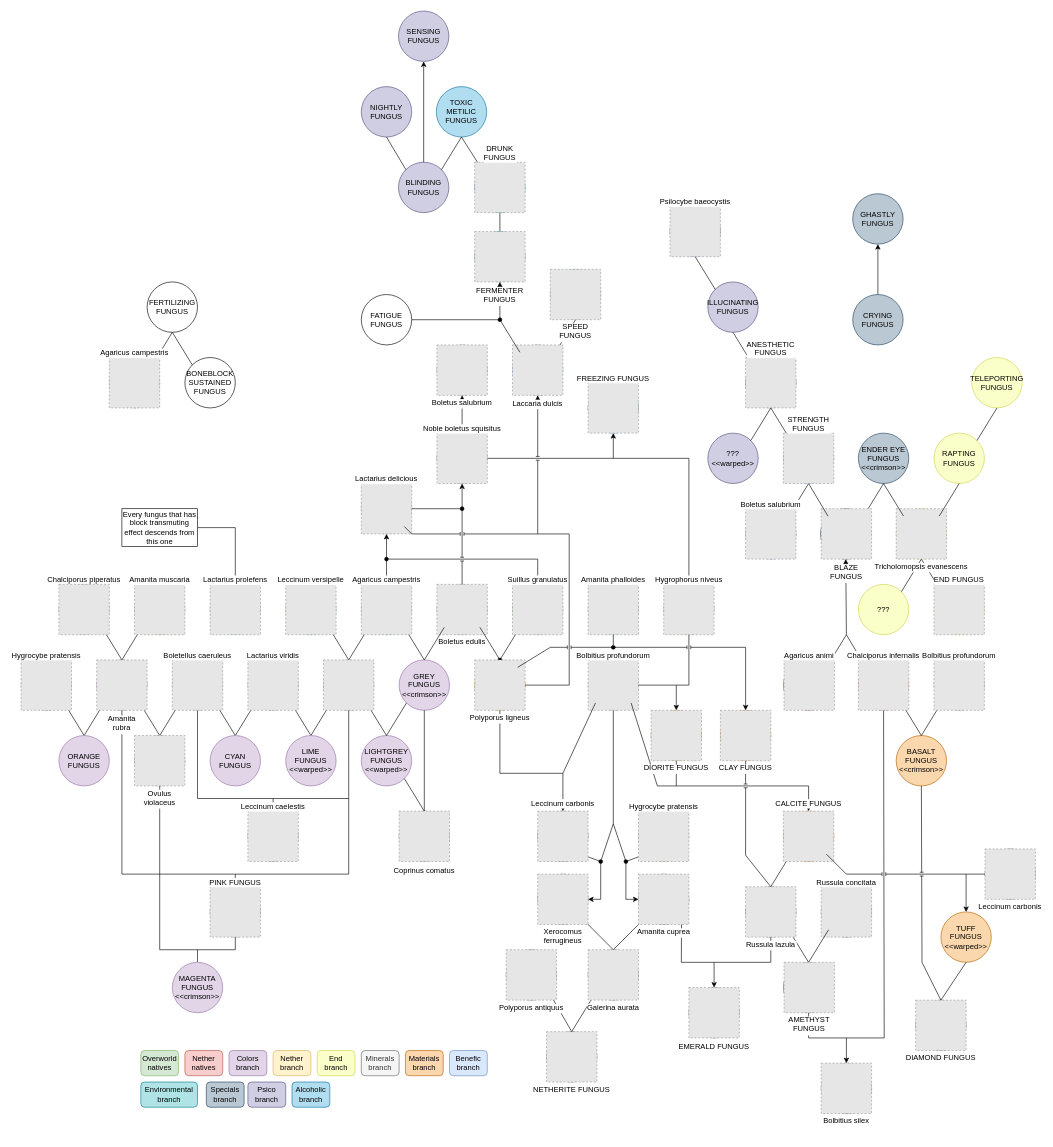
The draw.io diagram src/main/resources/data/mycologymod/mutations/mutations-diagram.drawio in SimoMett/MycologyMC, before the edit. Source tidied: cells renumbered, new cells numbered last; positions are measured from the earlier drawing's top-left corner, leaving out a move shared by most shapes. Both pictures are drawn from the tidied source at 63%, with x=0, y=0 at pixel (21, 11). Pictures stored in the file or linked from it are replaced by grey dashed boxes.
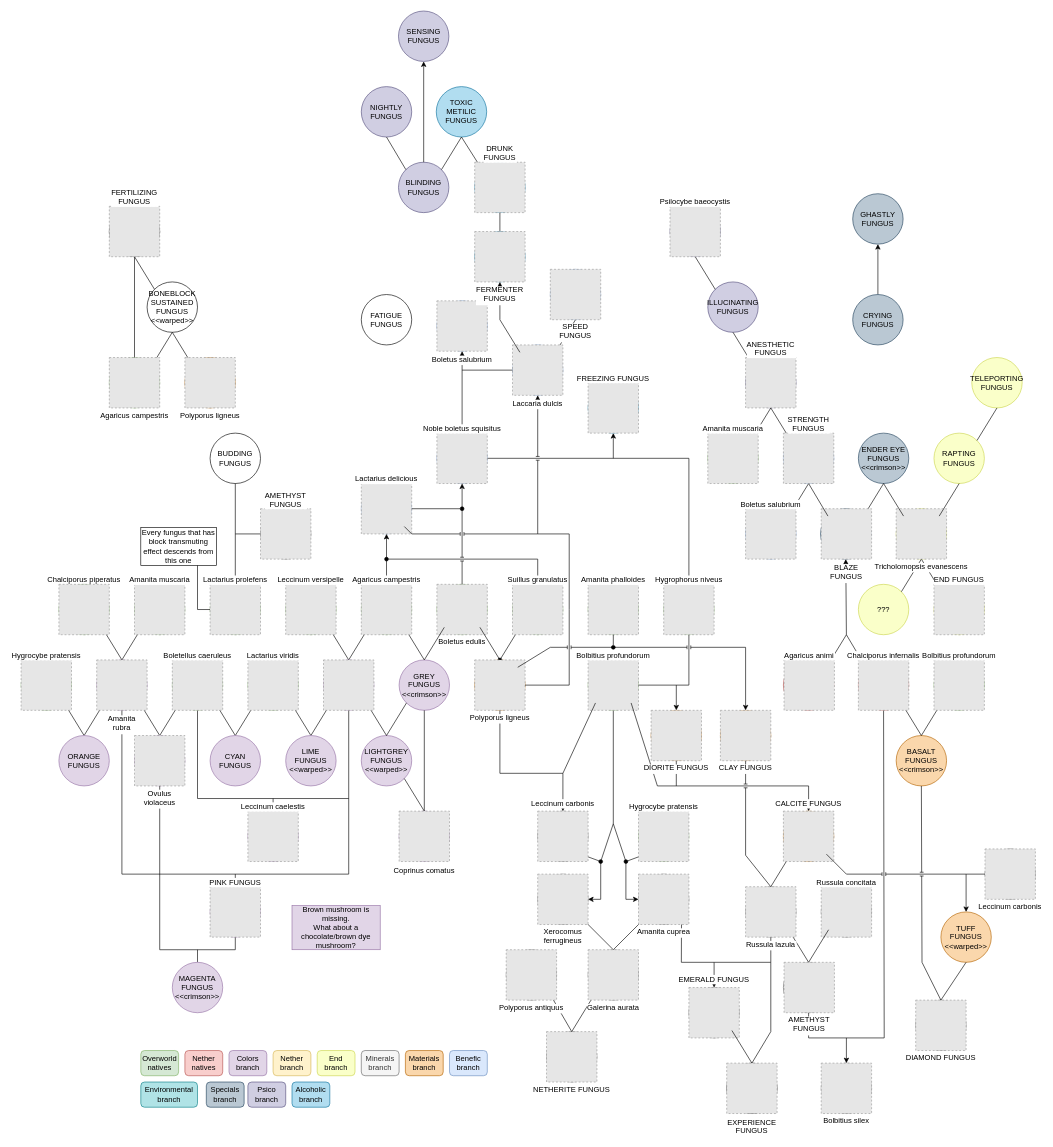
After the change.

Commit message (it also covers changes not shown here):
More species and mutations

The change refers to these unchanged cells:
```xml
<mxCell id="48" style="ellipse;whiteSpace=wrap;html=1;fillColor=#d5e8d4;strokeColor=#82b366;" parent="1" vertex="1">
  <mxGeometry x="300" y="910" width="80" height="80" as="geometry" />
</mxCell>
<mxCell id="130" style="ellipse;whiteSpace=wrap;html=1;fillColor=#f5f5f5;fontColor=#333333;strokeColor=#666666;" parent="1" vertex="1">
  <mxGeometry x="1060" y="1550" width="80" height="80" as="geometry" />
</mxCell>
<mxCell id="146" style="ellipse;whiteSpace=wrap;html=1;fillColor=#dae8fc;strokeColor=#6c8ebf;" parent="1" vertex="1">
  <mxGeometry x="780" y="530" width="80" height="80" as="geometry" />
</mxCell>
<mxCell id="206" style="ellipse;whiteSpace=wrap;html=1;fillColor=#d0cee2;strokeColor=#56517e;" parent="1" vertex="1">
  <mxGeometry x="1150" y="550" width="80" height="80" as="geometry" />
</mxCell>
<mxCell id="241" value="FATIGUE&lt;div&gt;FUNGUS&lt;/div&gt;" style="ellipse;whiteSpace=wrap;html=1;" parent="1" vertex="1">
  <mxGeometry x="540" y="450" width="80" height="80" as="geometry" />
</mxCell>
```

What changed in the source:
```diff
@@
-    <mxCell id="90" style="edgeStyle=orthogonalEdgeStyle;rounded=0;jettySize=auto;html=1;" parent="1" edge="1" source="91" target="48">
-      <mxGeometry relative="1" as="geometry" />
-    </mxCell>
     <mxCell id="91" value="Every fungus that has block transmuting effect descends from this one" style="whiteSpace=wrap;html=1;" parent="1" vertex="1">
-      <mxGeometry x="160" y="790" width="120" height="60" as="geometry" />
+      <mxGeometry x="190" y="820" width="120" height="60" as="geometry" />
     </mxCell>
@@
-    <mxCell id="105" value="Lactarius prolefens" style="fillColor=#E6E6E6;strokeColor=#999999;dashed=1;verticalLabelPosition=top;labelBackgroundColor=default;verticalAlign=bottom;spacing=0;labelPosition=center;align=center;" parent="1" vertex="1">
-      <mxGeometry x="300" y="910" width="80" height="80" as="geometry" />
-    </mxCell>
@@
-    <mxCell id="135" value="EMERALD FUNGUS" style="fillColor=#E6E6E6;strokeColor=#999999;dashed=1;verticalLabelPosition=bottom;labelBackgroundColor=default;verticalAlign=top;" parent="1" vertex="1">
+    <mxCell id="135" value="EMERALD FUNGUS" style="fillColor=#E6E6E6;strokeColor=#999999;dashed=1;verticalLabelPosition=top;labelBackgroundColor=default;verticalAlign=bottom;labelPosition=center;align=center;spacing=6;" parent="1" vertex="1">
       <mxGeometry x="1060" y="1550" width="80" height="80" as="geometry" />
     </mxCell>
@@
     <mxCell id="149" style="ellipse;whiteSpace=wrap;html=1;fillColor=#dae8fc;strokeColor=#6c8ebf;" parent="1" vertex="1">
-      <mxGeometry x="660" y="530" width="80" height="80" as="geometry" />
+      <mxGeometry x="660" y="460" width="80" height="80" as="geometry" />
     </mxCell>
@@
-    <mxCell id="152" value="Boletus salubrium" style="fillColor=#E6E6E6;strokeColor=#999999;dashed=1;verticalLabelPosition=bottom;labelBackgroundColor=default;verticalAlign=top;labelPosition=center;align=center;spacing=0;" parent="1" vertex="1">
-      <mxGeometry x="660" y="530" width="80" height="80" as="geometry" />
+    <mxCell id="152" value="Boletus salubrium" style="fillColor=#E6E6E6;strokeColor=#999999;dashed=1;verticalLabelPosition=bottom;labelBackgroundColor=default;verticalAlign=top;labelPosition=center;align=center;spacing=1;" parent="1" vertex="1">
+      <mxGeometry x="660" y="460" width="80" height="80" as="geometry" />
     </mxCell>
@@
-    <mxCell id="239" value="FERMENTER&#10;FUNGUS" style="fillColor=#E6E6E6;strokeColor=#999999;dashed=1;verticalLabelPosition=bottom;labelBackgroundColor=default;verticalAlign=top;" parent="1" vertex="1">
+    <mxCell id="239" value="FERMENTER&#10;FUNGUS" style="fillColor=#E6E6E6;strokeColor=#999999;dashed=1;verticalLabelPosition=bottom;labelBackgroundColor=default;verticalAlign=top;labelPosition=center;align=center;spacing=1;" parent="1" vertex="1">
       <mxGeometry x="720" y="350" width="80" height="80" as="geometry" />
     </mxCell>
-    <mxCell id="240" style="endArrow=oval;html=1;rounded=0;endFill=1;exitX=1;exitY=0.5;exitDx=0;exitDy=0;" parent="1" edge="1" source="241">
-      <mxGeometry relative="1" as="geometry">
-        <mxPoint x="760" y="490" as="targetPoint" />
-      </mxGeometry>
-    </mxCell>
@@
-    <mxCell id="243" value="???&lt;div&gt;&amp;lt;&amp;lt;warped&amp;gt;&amp;gt;&lt;/div&gt;" style="ellipse;whiteSpace=wrap;html=1;fillColor=#d0cee2;strokeColor=#56517e;" parent="1" vertex="1">
-      <mxGeometry x="1090" y="670" width="80" height="80" as="geometry" />
-    </mxCell>
-    <mxCell id="244" style="endArrow=none;html=1;rounded=0;entryX=0.5;entryY=1;entryDx=0;entryDy=0;exitX=1;exitY=0;exitDx=0;exitDy=0;" parent="1" edge="1" source="243" target="206">
+    <mxCell id="244" style="endArrow=none;html=1;rounded=0;entryX=0.5;entryY=1;entryDx=0;entryDy=0;exitX=1;exitY=0;exitDx=0;exitDy=0;" parent="1" edge="1" source="257" target="206">
       <mxGeometry relative="1" as="geometry" />
     </mxCell>
@@
-    <mxCell id="246" value="BONEBLOCK&lt;div&gt;SUSTAINED&lt;/div&gt;&lt;div&gt;FUNGUS&lt;/div&gt;" style="ellipse;whiteSpace=wrap;html=1;" parent="1" vertex="1">
-      <mxGeometry x="260" y="550" width="80" height="80" as="geometry" />
-    </mxCell>
@@
-    <mxCell id="248" value="&lt;span style=&quot;background-color: initial;&quot;&gt;FERTILIZING&lt;/span&gt;&lt;div&gt;&lt;span style=&quot;background-color: initial;&quot;&gt;FUNGUS&lt;/span&gt;&lt;/div&gt;" style="ellipse;whiteSpace=wrap;html=1;" parent="1" vertex="1">
+    <mxCell id="248" value="BONEBLOCK&lt;div&gt;SUSTAINED&lt;/div&gt;&lt;div&gt;FUNGUS&lt;/div&gt;&lt;div&gt;&amp;lt;&amp;lt;warped&amp;gt;&amp;gt;&lt;/div&gt;" style="ellipse;whiteSpace=wrap;html=1;" parent="1" vertex="1">
       <mxGeometry x="200" y="430" width="80" height="80" as="geometry" />
     </mxCell>
-    <mxCell id="249" style="endArrow=none;html=1;rounded=0;entryX=0.5;entryY=1;entryDx=0;entryDy=0;exitX=0;exitY=0;exitDx=0;exitDy=0;" parent="1" edge="1" source="246" target="248">
+    <mxCell id="249" style="endArrow=none;html=1;rounded=0;entryX=0.5;entryY=1;entryDx=0;entryDy=0;exitX=0;exitY=0;exitDx=0;exitDy=0;" parent="1" edge="1" source="252" target="248">
       <mxGeometry relative="1" as="geometry" />
     </mxCell>
@@
-    <mxCell id="251" value="Agaricus campestris" style="fillColor=#E6E6E6;strokeColor=#999999;dashed=1;verticalLabelPosition=top;labelBackgroundColor=default;verticalAlign=bottom;labelPosition=center;align=center;spacing=0;" parent="1" vertex="1">
+    <mxCell id="251" value="Agaricus campestris" style="fillColor=#E6E6E6;strokeColor=#999999;dashed=1;verticalLabelPosition=bottom;labelBackgroundColor=default;verticalAlign=top;labelPosition=center;align=center;spacing=0;" parent="1" vertex="1">
       <mxGeometry x="140" y="550" width="80" height="80" as="geometry" />
     </mxCell>
+    <mxCell id="252" style="ellipse;whiteSpace=wrap;html=1;fillColor=#fad7ac;strokeColor=#b46504;" parent="1" vertex="1">
+      <mxGeometry x="260" y="550" width="80" height="80" as="geometry" />
+    </mxCell>
+    <mxCell id="253" value="Polyporus ligneus" style="fillColor=#E6E6E6;strokeColor=#999999;dashed=1;verticalLabelPosition=bottom;labelBackgroundColor=default;verticalAlign=top;spacing=0;" parent="1" vertex="1">
+      <mxGeometry x="260" y="550" width="80" height="80" as="geometry" />
+    </mxCell>
+    <mxCell id="254" style="ellipse;whiteSpace=wrap;html=1;" parent="1" vertex="1">
+      <mxGeometry x="140" y="310" width="80" height="80" as="geometry" />
+    </mxCell>
+    <mxCell id="255" style="endArrow=none;html=1;rounded=0;entryX=0.5;entryY=1;entryDx=0;entryDy=0;exitX=0;exitY=0;exitDx=0;exitDy=0;" parent="1" edge="1" source="248" target="254">
+      <mxGeometry relative="1" as="geometry" />
+    </mxCell>
+    <mxCell id="256" style="endArrow=none;html=1;rounded=0;entryX=0.5;entryY=1;entryDx=0;entryDy=0;exitX=0.5;exitY=0;exitDx=0;exitDy=0;" parent="1" edge="1" source="251" target="254">
+      <mxGeometry relative="1" as="geometry" />
+    </mxCell>
+    <mxCell id="257" style="ellipse;whiteSpace=wrap;html=1;fillColor=#d5e8d4;strokeColor=#82b366;" parent="1" vertex="1">
+      <mxGeometry x="1090" y="670" width="80" height="80" as="geometry" />
+    </mxCell>
+    <mxCell id="258" value="Amanita muscaria" style="fillColor=#E6E6E6;strokeColor=#999999;dashed=1;verticalLabelPosition=top;labelBackgroundColor=default;verticalAlign=bottom;labelPosition=center;align=center;spacing=0;" parent="1" vertex="1">
+      <mxGeometry x="1090" y="670" width="80" height="80" as="geometry" />
+    </mxCell>
+    <mxCell id="259" value="Brown mushroom is missing.&lt;div&gt;What about a chocolate/brown dye mushroom?&lt;/div&gt;" style="whiteSpace=wrap;html=1;fillColor=#e1d5e7;strokeColor=#9673a6;" parent="1" vertex="1">
+      <mxGeometry x="430" y="1420" width="140" height="70" as="geometry" />
+    </mxCell>
+    <mxCell id="260" value="FERTILIZING&#10;FUNGUS" style="fillColor=#E6E6E6;strokeColor=#999999;dashed=1;verticalLabelPosition=top;labelBackgroundColor=default;verticalAlign=bottom;labelPosition=center;align=center;spacing=0;" parent="1" vertex="1">
+      <mxGeometry x="140" y="310" width="80" height="80" as="geometry" />
+    </mxCell>
+    <mxCell id="261" style="ellipse;whiteSpace=wrap;html=1;" parent="1" vertex="1">
+      <mxGeometry x="1120" y="1670" width="80" height="80" as="geometry" />
+    </mxCell>
+    <mxCell id="262" style="endArrow=none;html=1;rounded=0;entryX=1;entryY=1;entryDx=0;entryDy=0;exitX=0.5;exitY=0;exitDx=0;exitDy=0;" parent="1" edge="1" source="261" target="130">
+      <mxGeometry relative="1" as="geometry" />
+    </mxCell>
+    <mxCell id="263" style="endArrow=none;html=1;rounded=0;exitX=0.5;exitY=0;exitDx=0;exitDy=0;" parent="1" edge="1" source="261">
+      <mxGeometry relative="1" as="geometry">
+        <mxPoint x="1190" y="1510" as="targetPoint" />
+        <Array as="points">
+          <mxPoint x="1190" y="1620" />
+        </Array>
+      </mxGeometry>
+    </mxCell>
+    <mxCell id="264" value="EXPERIENCE&#10;FUNGUS" style="fillColor=#E6E6E6;strokeColor=#999999;dashed=1;verticalLabelPosition=bottom;labelBackgroundColor=default;verticalAlign=top;" parent="1" vertex="1">
+      <mxGeometry x="1120" y="1670" width="80" height="80" as="geometry" />
+    </mxCell>
+    <mxCell id="265" style="ellipse;whiteSpace=wrap;html=1;fillColor=#f5f5f5;fontColor=#333333;strokeColor=#666666;" parent="1" vertex="1">
+      <mxGeometry x="380" y="790" width="80" height="80" as="geometry" />
+    </mxCell>
+    <mxCell id="266" value="AMETHYST&#10;FUNGUS" style="fillColor=#E6E6E6;strokeColor=#999999;dashed=1;verticalLabelPosition=top;labelBackgroundColor=default;verticalAlign=bottom;spacing=0;labelPosition=center;align=center;" parent="1" vertex="1">
+      <mxGeometry x="380" y="790" width="80" height="80" as="geometry" />
+    </mxCell>
+    <mxCell id="267" value="BUDDING&lt;div&gt;FUNGUS&lt;/div&gt;" style="ellipse;whiteSpace=wrap;html=1;" parent="1" vertex="1">
+      <mxGeometry x="300" y="670" width="80" height="80" as="geometry" />
+    </mxCell>
+    <mxCell id="268" style="endArrow=none;html=1;rounded=0;entryX=0;entryY=0.5;entryDx=0;entryDy=0;exitX=0.5;exitY=1;exitDx=0;exitDy=0;" parent="1" edge="1" source="267" target="265">
+      <mxGeometry relative="1" as="geometry">
+        <Array as="points">
+          <mxPoint x="340" y="830" />
+        </Array>
+      </mxGeometry>
+    </mxCell>
+    <mxCell id="269" style="endArrow=none;html=1;rounded=0;exitX=0.5;exitY=0;exitDx=0;exitDy=0;" parent="1" edge="1" source="48">
+      <mxGeometry relative="1" as="geometry">
+        <mxPoint x="340" y="830" as="targetPoint" />
+      </mxGeometry>
+    </mxCell>
+    <mxCell id="270" style="endArrow=none;html=1;rounded=0;entryX=0.75;entryY=1;entryDx=0;entryDy=0;exitX=0;exitY=0.5;exitDx=0;exitDy=0;" parent="1" edge="1" source="105" target="91">
+      <mxGeometry relative="1" as="geometry">
+        <Array as="points">
+          <mxPoint x="280" y="950" />
+        </Array>
+      </mxGeometry>
+    </mxCell>
+    <mxCell id="105" value="Lactarius prolefens" style="fillColor=#E6E6E6;strokeColor=#999999;dashed=1;verticalLabelPosition=top;labelBackgroundColor=default;verticalAlign=bottom;spacing=0;labelPosition=center;align=center;" parent="1" vertex="1">
+      <mxGeometry x="300" y="910" width="80" height="80" as="geometry" />
+    </mxCell>
+    <mxCell id="271" style="endArrow=none;html=1;rounded=0;entryX=0;entryY=0.5;entryDx=0;entryDy=0;" parent="1" edge="1" target="146">
+      <mxGeometry relative="1" as="geometry">
+        <mxPoint x="700" y="570" as="sourcePoint" />
+      </mxGeometry>
+    </mxCell>
```
